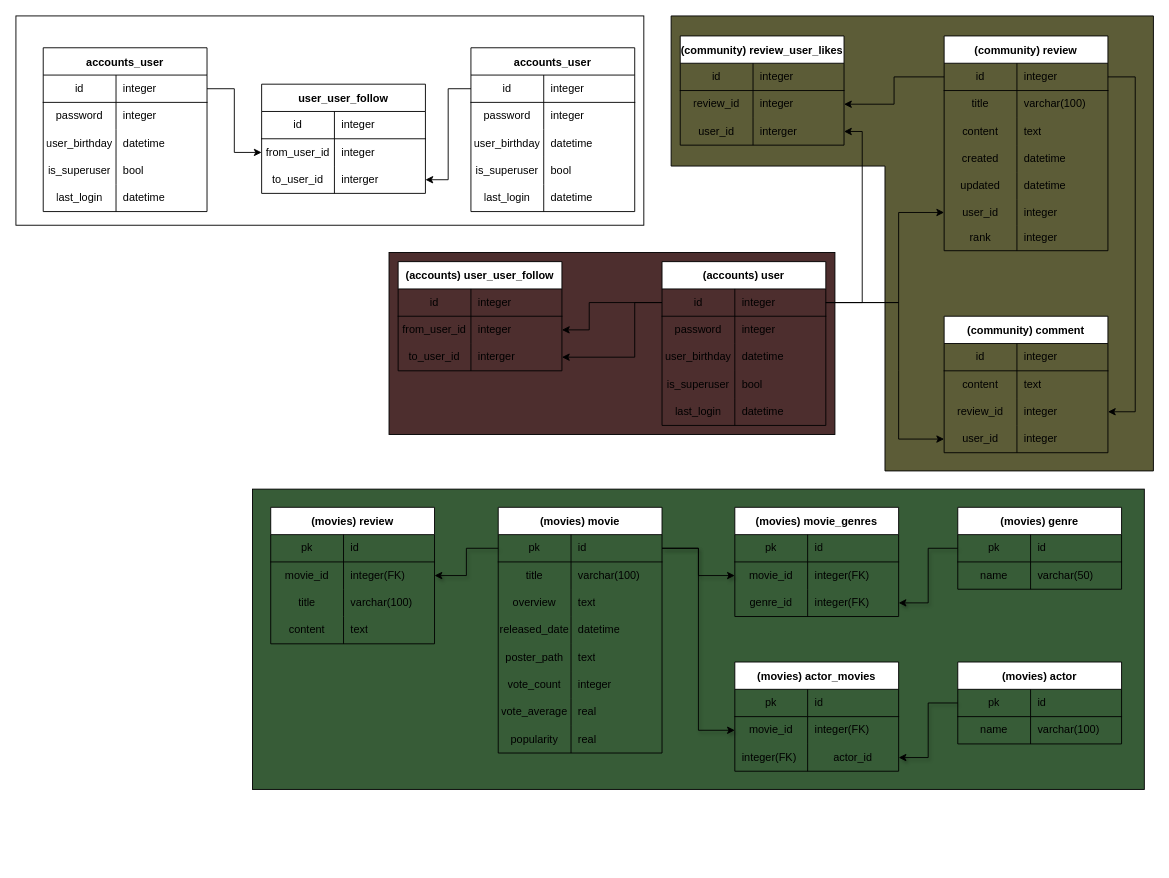
Earlier version of the draw.io diagram pjt-final/test.drawio (pjyc17/MCDJ). Source tidied: cells renumbered, new cells numbered last; positions are measured from the earlier drawing's top-left corner, leaving out a move shared by most shapes. Both pictures are drawn from the tidied source at 91%, with x=0, y=0 at pixel (15, 2).
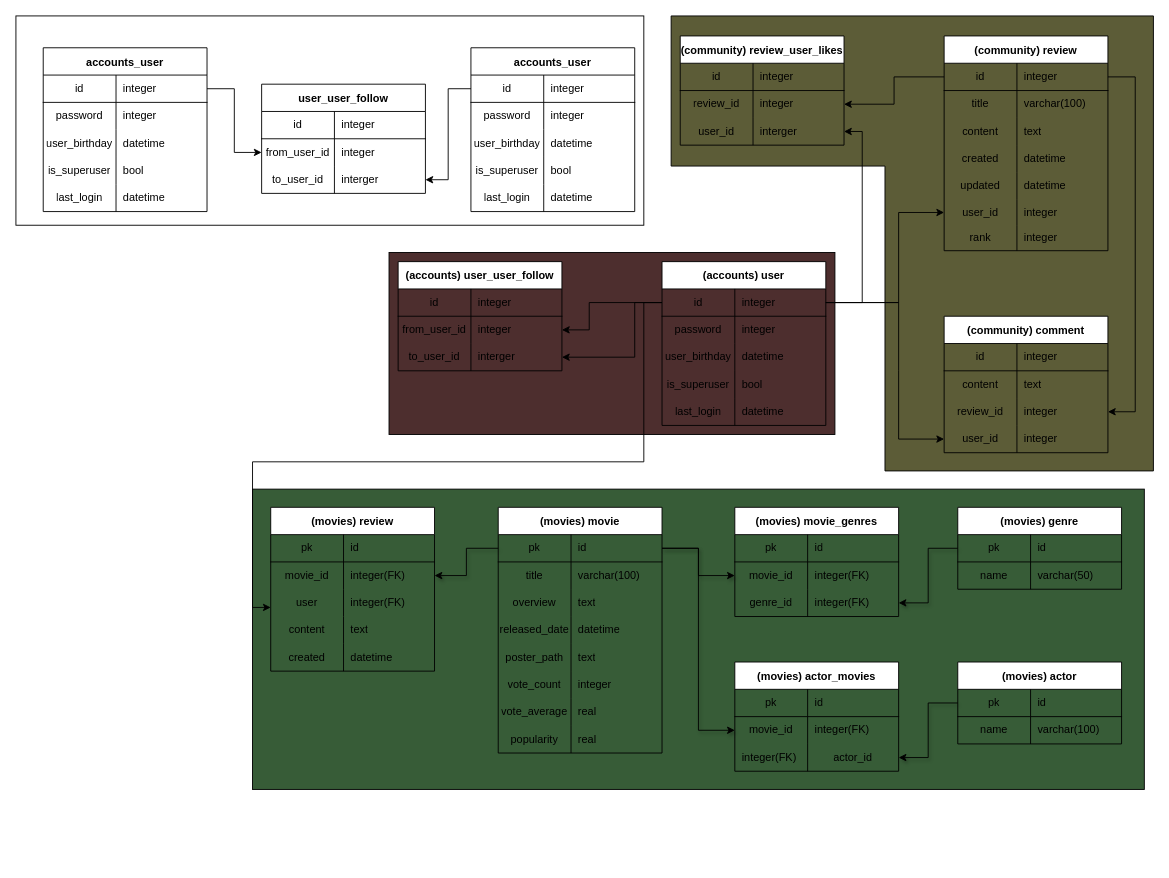
The same page after the edit.

Unchanged cells that the change refers to:
```xml
<mxCell id="7" style="shape=partialRectangle;html=1;whiteSpace=wrap;fillColor=none;top=0;left=0;bottom=1;right=0;points=[[0,0.5],[1,0.5]];portConstraint=eastwest;" parent="6" vertex="1">
  <mxGeometry y="30" width="180" height="30" as="geometry" />
</mxCell>
<mxCell id="128" style="group;" parent="1" vertex="1">
  <mxGeometry x="280" y="555" width="960" height="390" as="geometry" />
</mxCell>
<mxCell id="162" style="shape=partialRectangle;html=1;whiteSpace=wrap;fillColor=none;top=0;left=0;bottom=0;right=0;" parent="155" vertex="1">
  <mxGeometry y="90" width="180" height="30" as="geometry" />
</mxCell>
```

Diff of the diagram source:
```diff
@@
     <mxCell id="155" value="(movies) review" style="shape=table;startSize=30;childLayout=tableLayout;rowLines=0;fontStyle=1;align=center;" parent="128" vertex="1">
-      <mxGeometry width="180" height="150" as="geometry" />
+      <mxGeometry width="180" height="180" as="geometry" />
     </mxCell>
@@
-    <mxCell id="163" value="title" style="shape=partialRectangle;html=1;whiteSpace=wrap;fillColor=none;top=0;left=0;bottom=0;right=0;overflow=hidden;" parent="162" vertex="1">
+    <mxCell id="163" value="user" style="shape=partialRectangle;html=1;whiteSpace=wrap;fillColor=none;top=0;left=0;bottom=0;right=0;overflow=hidden;" parent="162" vertex="1">
       <mxGeometry width="80" height="30" as="geometry" />
     </mxCell>
-    <mxCell id="164" value="varchar(100)" style="shape=partialRectangle;html=1;whiteSpace=wrap;fillColor=none;top=0;left=0;bottom=0;right=0;align=left;spacingLeft=6;overflow=hidden;" parent="162" vertex="1">
+    <mxCell id="164" value="integer(FK)" style="shape=partialRectangle;html=1;whiteSpace=wrap;fillColor=none;top=0;left=0;bottom=0;right=0;align=left;spacingLeft=6;overflow=hidden;" parent="162" vertex="1">
       <mxGeometry x="80" width="100" height="30" as="geometry" />
     </mxCell>
@@
+    <mxCell id="207" style="shape=partialRectangle;html=1;whiteSpace=wrap;fillColor=none;top=0;left=0;bottom=0;right=0;" parent="155" vertex="1">
+      <mxGeometry y="150" width="180" height="30" as="geometry" />
+    </mxCell>
+    <mxCell id="208" value="created" style="shape=partialRectangle;html=1;whiteSpace=wrap;fillColor=none;top=0;left=0;bottom=0;right=0;overflow=hidden;" parent="207" vertex="1">
+      <mxGeometry width="80" height="30" as="geometry" />
+    </mxCell>
+    <mxCell id="209" value="datetime" style="shape=partialRectangle;html=1;whiteSpace=wrap;fillColor=none;top=0;left=0;bottom=0;right=0;align=left;spacingLeft=6;overflow=hidden;" parent="207" vertex="1">
+      <mxGeometry x="80" width="100" height="30" as="geometry" />
+    </mxCell>
@@
+    <mxCell id="210" style="edgeStyle=orthogonalEdgeStyle;rounded=0;jettySize=auto;html=1;exitX=0;exitY=0.5;exitDx=0;exitDy=0;" parent="1" edge="1" source="7">
+      <mxGeometry relative="1" as="geometry">
+        <mxPoint x="280" y="665" as="targetPoint" />
+        <Array as="points">
+          <mxPoint x="690" y="330" />
+          <mxPoint x="690" y="505" />
+          <mxPoint x="260" y="505" />
+          <mxPoint x="260" y="665" />
+        </Array>
+      </mxGeometry>
+    </mxCell>
```
